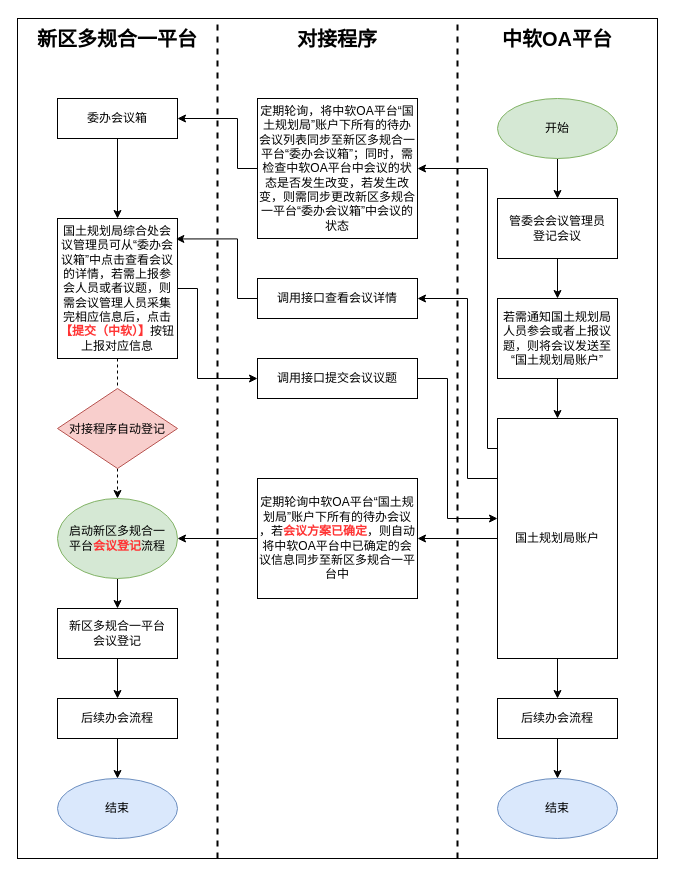
806100963/draw.io keeps this draw.io diagram as page "会议模块" (4 of 8) of 中软对接.drawio. Above is the earlier version. Source tidied: cells renumbered, new cells numbered last; positions are measured from the earlier drawing's top-left corner, leaving out a move shared by most shapes. Both pictures are drawn from the tidied source at 100%, with x=0, y=0 at pixel (17, 18).
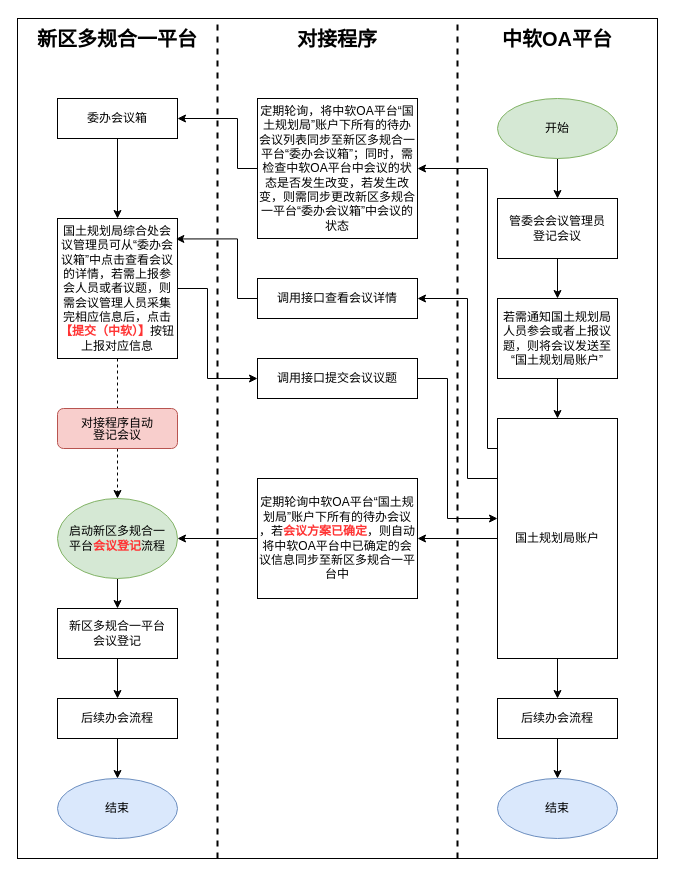
The same diagram, later.

Unchanged cells that the change refers to:
```xml
<mxCell id="23" value="启动新区多规合一&lt;br&gt;平台&lt;b&gt;&lt;font color=&quot;#ff3333&quot;&gt;会议登记&lt;/font&gt;&lt;/b&gt;流程" style="ellipse;whiteSpace=wrap;html=1;fillColor=#d5e8d4;strokeColor=#82b366;" parent="1" vertex="1">
  <mxGeometry x="40" y="480" width="120" height="80" as="geometry" />
</mxCell>
<mxCell id="27" value="&lt;span&gt;国土规划局综合处会议管理员可从&lt;/span&gt;“委办会议箱”中&lt;span&gt;点击查看会议的详情，若需上报参会人员或者议题，则需会议管理人员采集完相应信息后，点击&lt;/span&gt;&lt;b&gt;&lt;font color=&quot;#ff3333&quot;&gt;【提交（中软）】&lt;/font&gt;&lt;/b&gt;&lt;span&gt;按钮上报对应信息&lt;/span&gt;" style="rounded=0;whiteSpace=wrap;html=1;fontSize=12;" parent="1" vertex="1">
  <mxGeometry x="40" y="200" width="120" height="140" as="geometry" />
</mxCell>
<mxCell id="31" value="调用接口提交会议议题" style="rounded=0;whiteSpace=wrap;html=1;fontSize=12;" parent="1" vertex="1">
  <mxGeometry x="240" y="340" width="160" height="40" as="geometry" />
</mxCell>
```

The edit, as a diff of the source:
```diff
@@
-    <mxCell id="19" style="edgeStyle=orthogonalEdgeStyle;rounded=0;jettySize=auto;html=1;exitX=0.5;exitY=1;exitDx=0;exitDy=0;entryX=0.5;entryY=0;entryDx=0;entryDy=0;fontSize=12;dashed=1;startArrow=none;" parent="1" edge="1" source="38" target="23">
+    <mxCell id="19" style="edgeStyle=orthogonalEdgeStyle;rounded=0;jettySize=auto;html=1;entryX=0.5;entryY=0;entryDx=0;entryDy=0;fontSize=12;dashed=1;startArrow=none;" parent="1" edge="1" source="44" target="23">
       <mxGeometry relative="1" as="geometry" />
     </mxCell>
@@
     <mxCell id="26" style="edgeStyle=orthogonalEdgeStyle;rounded=0;jettySize=auto;html=1;exitX=1;exitY=0.5;exitDx=0;exitDy=0;entryX=0;entryY=0.5;entryDx=0;entryDy=0;fontSize=12;" parent="1" edge="1" source="27" target="31">
       <mxGeometry relative="1" as="geometry">
         <Array as="points">
-          <mxPoint x="180" y="270" />
-          <mxPoint x="180" y="360" />
+          <mxPoint x="190" y="270" />
+          <mxPoint x="190" y="360" />
         </Array>
       </mxGeometry>
     </mxCell>
@@
-    <mxCell id="38" value="&lt;p&gt;&lt;/p&gt;&lt;div style=&quot;text-align: justify ; line-height: 100% ; font-size: 12px&quot;&gt;对接程序自动登记&lt;/div&gt;&lt;p&gt;&lt;/p&gt;" style="rhombus;whiteSpace=wrap;html=1;fontSize=20;align=center;spacing=0;fillColor=#f8cecc;strokeColor=#b85450;" parent="1" vertex="1">
-      <mxGeometry x="40" y="370" width="120" height="80" as="geometry" />
-    </mxCell>
-    <mxCell id="39" style="edgeStyle=orthogonalEdgeStyle;rounded=0;jettySize=auto;html=1;exitX=0.5;exitY=1;exitDx=0;exitDy=0;entryX=0.5;entryY=0;entryDx=0;entryDy=0;fontSize=12;dashed=1;endArrow=none;" parent="1" edge="1" source="27" target="38">
+    <mxCell id="39" style="edgeStyle=orthogonalEdgeStyle;rounded=0;jettySize=auto;html=1;exitX=0.5;exitY=1;exitDx=0;exitDy=0;entryX=0.5;entryY=0;entryDx=0;entryDy=0;fontSize=12;dashed=1;endArrow=none;" parent="1" edge="1" source="27" target="44">
       <mxGeometry relative="1" as="geometry" />
     </mxCell>
@@
+    <mxCell id="44" value="&lt;div style=&quot;text-align: justify ; line-height: 12px&quot;&gt;对接程序自动&lt;/div&gt;&lt;div style=&quot;line-height: 12px&quot;&gt;登记会议&lt;br&gt;&lt;/div&gt;" style="rounded=1;whiteSpace=wrap;html=1;fillColor=#f8cecc;strokeColor=#b85450;" parent="1" vertex="1">
+      <mxGeometry x="40" y="390" width="120" height="40" as="geometry" />
+    </mxCell>
```
